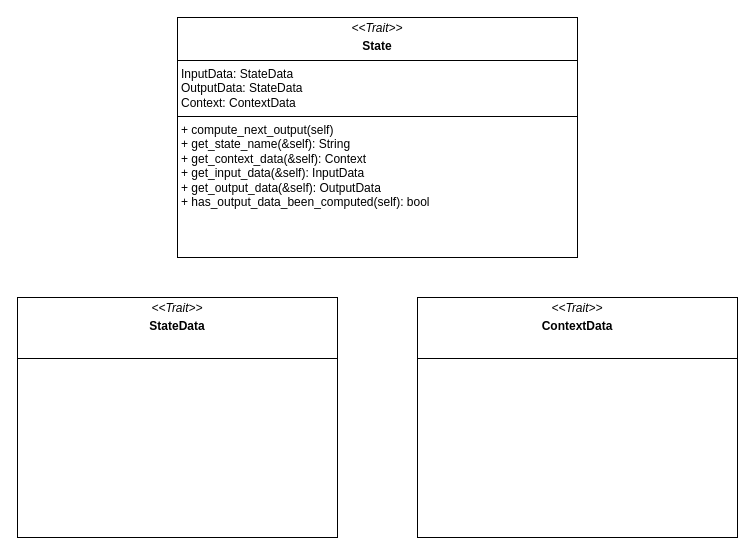
The draw.io diagram design/uml_class_diagram/state_machine.drawio in DeCa09/state_machine, before the edit. Source tidied: cells renumbered, new cells numbered last; positions are measured from the earlier drawing's top-left corner, leaving out a move shared by most shapes. Both pictures are drawn from the tidied source at 100%, with x=0, y=0 at pixel (17, 17).
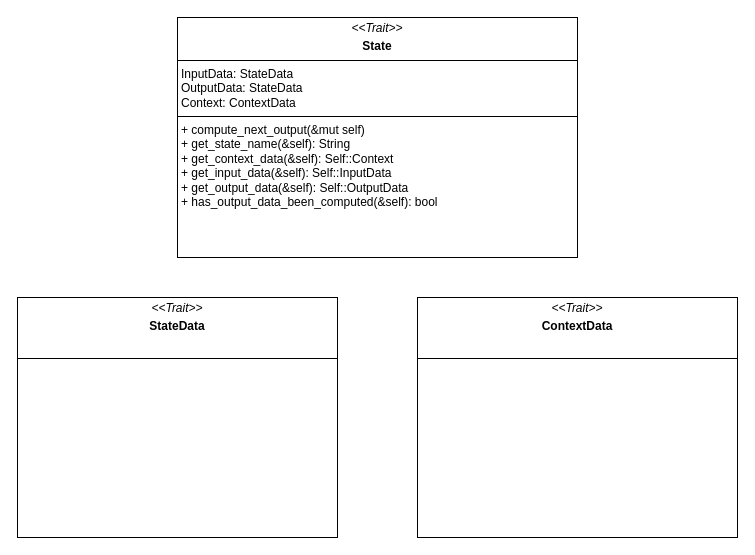
The same page after the edit.

Commit message (it also covers changes not shown here):
design: adapt design to reflect method signatures of State trait correctly

Change to the diagram source:
```diff
@@
 <mxGraphModel>
   <root>
     <mxCell id="0" />
     <mxCell id="1" parent="0" />
     <mxCell id="2" value="&lt;p style=&quot;margin:0px;margin-top:4px;text-align:center;&quot;&gt;&lt;i&gt;&amp;lt;&amp;lt;Trait&amp;gt;&amp;gt;&lt;/i&gt;&lt;b&gt;&lt;br&gt;&lt;/b&gt;&lt;/p&gt;&lt;p style=&quot;margin:0px;margin-top:4px;text-align:center;&quot;&gt;&lt;b&gt;ContextData&lt;/b&gt;&lt;/p&gt;&lt;p style=&quot;margin:0px;margin-top:4px;text-align:center;&quot;&gt;&lt;br&gt;&lt;/p&gt;&lt;hr size=&quot;1&quot; style=&quot;border-style:solid;&quot;&gt;&lt;p style=&quot;margin:0px;margin-left:4px;&quot;&gt;&lt;br&gt;&lt;/p&gt;&lt;p style=&quot;margin:0px;margin-left:4px;&quot;&gt;&lt;/p&gt;&lt;p style=&quot;margin:0px;margin-left:4px;&quot;&gt;&lt;/p&gt;&lt;p style=&quot;margin:0px;margin-left:4px;&quot;&gt;&lt;/p&gt;" style="verticalAlign=top;align=left;overflow=fill;html=1;whiteSpace=wrap;" parent="1" vertex="1">
       <mxGeometry x="400" y="280" width="320" height="240" as="geometry" />
     </mxCell>
-    <mxCell id="3" value="&lt;p style=&quot;margin:0px;margin-top:4px;text-align:center;&quot;&gt;&lt;i&gt;&amp;lt;&amp;lt;Trait&amp;gt;&amp;gt;&lt;/i&gt;&lt;/p&gt;&lt;p style=&quot;margin:0px;margin-top:4px;text-align:center;&quot;&gt;&lt;b&gt;State&lt;/b&gt;&lt;br&gt;&lt;/p&gt;&lt;hr size=&quot;1&quot; style=&quot;border-style:solid;&quot;&gt;&lt;p style=&quot;margin:0px;margin-left:4px;&quot;&gt;InputData: StateData&lt;br&gt;OutputData: StateData&lt;/p&gt;&lt;p style=&quot;margin:0px;margin-left:4px;&quot;&gt;Context: ContextData&lt;br&gt;&lt;/p&gt;&lt;hr size=&quot;1&quot; style=&quot;border-style:solid;&quot;&gt;&lt;p style=&quot;margin:0px;margin-left:4px;&quot;&gt;+ compute_next_output(self)&lt;/p&gt;&lt;p style=&quot;margin:0px;margin-left:4px;&quot;&gt;+ get_state_name(&amp;amp;self): String&lt;br&gt;&lt;/p&gt;&lt;p style=&quot;margin:0px;margin-left:4px;&quot;&gt;+ get_context_data(&amp;amp;self): Context&lt;/p&gt;&lt;p style=&quot;margin:0px;margin-left:4px;&quot;&gt;+ get_input_data(&amp;amp;self): InputData&lt;/p&gt;&lt;p style=&quot;margin:0px;margin-left:4px;&quot;&gt;+ get_output_data(&amp;amp;self): OutputData&lt;/p&gt;&lt;p style=&quot;margin:0px;margin-left:4px;&quot;&gt;+ has_output_data_been_computed(self): bool&lt;/p&gt;&lt;p style=&quot;margin:0px;margin-left:4px;&quot;&gt;&lt;/p&gt;&lt;p style=&quot;margin:0px;margin-left:4px;&quot;&gt;&lt;/p&gt;&lt;p style=&quot;margin:0px;margin-left:4px;&quot;&gt;&lt;/p&gt;" style="verticalAlign=top;align=left;overflow=fill;html=1;whiteSpace=wrap;" parent="1" vertex="1">
+    <mxCell id="3" value="&lt;p style=&quot;margin:0px;margin-top:4px;text-align:center;&quot;&gt;&lt;i&gt;&amp;lt;&amp;lt;Trait&amp;gt;&amp;gt;&lt;/i&gt;&lt;/p&gt;&lt;p style=&quot;margin:0px;margin-top:4px;text-align:center;&quot;&gt;&lt;b&gt;State&lt;/b&gt;&lt;br&gt;&lt;/p&gt;&lt;hr size=&quot;1&quot; style=&quot;border-style:solid;&quot;&gt;&lt;p style=&quot;margin:0px;margin-left:4px;&quot;&gt;InputData: StateData&lt;br&gt;OutputData: StateData&lt;/p&gt;&lt;p style=&quot;margin:0px;margin-left:4px;&quot;&gt;Context: ContextData&lt;br&gt;&lt;/p&gt;&lt;hr size=&quot;1&quot; style=&quot;border-style:solid;&quot;&gt;&lt;p style=&quot;margin:0px;margin-left:4px;&quot;&gt;+ compute_next_output(&amp;amp;mut self)&lt;/p&gt;&lt;p style=&quot;margin:0px;margin-left:4px;&quot;&gt;+ get_state_name(&amp;amp;self): String&lt;br&gt;&lt;/p&gt;&lt;p style=&quot;margin:0px;margin-left:4px;&quot;&gt;+ get_context_data(&amp;amp;self): Self::Context&lt;/p&gt;&lt;p style=&quot;margin:0px;margin-left:4px;&quot;&gt;+ get_input_data(&amp;amp;self): Self::InputData&lt;/p&gt;&lt;p style=&quot;margin:0px;margin-left:4px;&quot;&gt;+ get_output_data(&amp;amp;self): Self::OutputData&lt;/p&gt;&lt;p style=&quot;margin:0px;margin-left:4px;&quot;&gt;+ has_output_data_been_computed(&amp;amp;self): bool&lt;/p&gt;&lt;p style=&quot;margin:0px;margin-left:4px;&quot;&gt;&lt;/p&gt;&lt;p style=&quot;margin:0px;margin-left:4px;&quot;&gt;&lt;/p&gt;&lt;p style=&quot;margin:0px;margin-left:4px;&quot;&gt;&lt;/p&gt;" style="verticalAlign=top;align=left;overflow=fill;html=1;whiteSpace=wrap;" parent="1" vertex="1">
       <mxGeometry x="160" width="400" height="240" as="geometry" />
     </mxCell>
     <mxCell id="4" value="&lt;p style=&quot;margin:0px;margin-top:4px;text-align:center;&quot;&gt;&lt;i&gt;&amp;lt;&amp;lt;Trait&amp;gt;&amp;gt;&lt;/i&gt;&lt;b&gt;&lt;br&gt;&lt;/b&gt;&lt;/p&gt;&lt;p style=&quot;margin:0px;margin-top:4px;text-align:center;&quot;&gt;&lt;b&gt;StateData&lt;/b&gt;&lt;/p&gt;&lt;p style=&quot;margin:0px;margin-top:4px;text-align:center;&quot;&gt;&lt;br&gt;&lt;/p&gt;&lt;hr size=&quot;1&quot; style=&quot;border-style:solid;&quot;&gt;&lt;p style=&quot;margin:0px;margin-left:4px;&quot;&gt;&lt;br&gt;&lt;/p&gt;&lt;p style=&quot;margin:0px;margin-left:4px;&quot;&gt;&lt;/p&gt;&lt;p style=&quot;margin:0px;margin-left:4px;&quot;&gt;&lt;/p&gt;&lt;p style=&quot;margin:0px;margin-left:4px;&quot;&gt;&lt;/p&gt;" style="verticalAlign=top;align=left;overflow=fill;html=1;whiteSpace=wrap;" parent="1" vertex="1">
       <mxGeometry y="280" width="320" height="240" as="geometry" />
     </mxCell>
   </root>
 </mxGraphModel>
```
